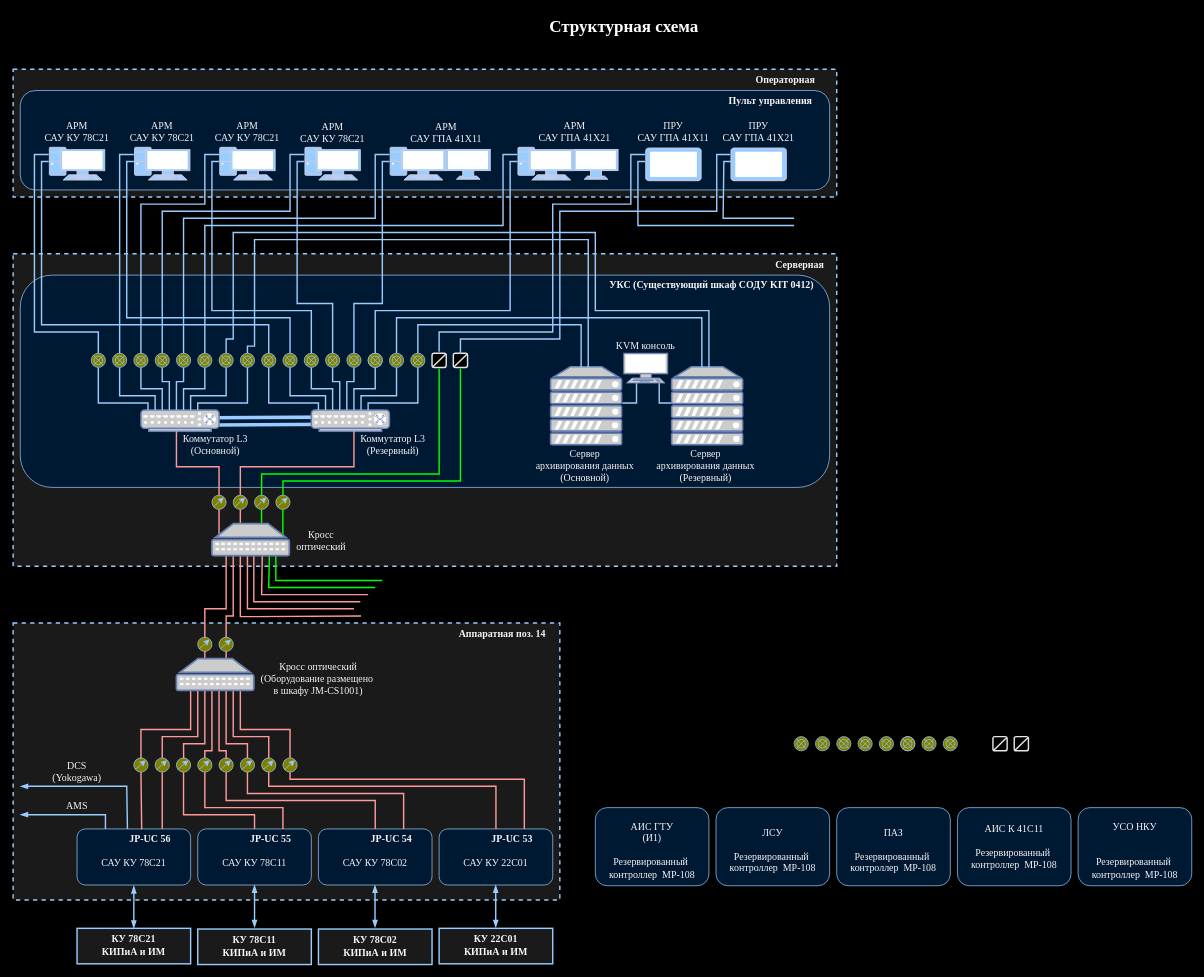
This is Диаграмма без названия.drawio from Tretyak0ff/schemes, a draw.io file, before an edit. Source tidied: cells renumbered, new cells numbered last; positions are measured from the earlier drawing's top-left corner, leaving out a move shared by most shapes. Both pictures are drawn from the tidied source at 71%, with x=0, y=0 at pixel (13, 12).
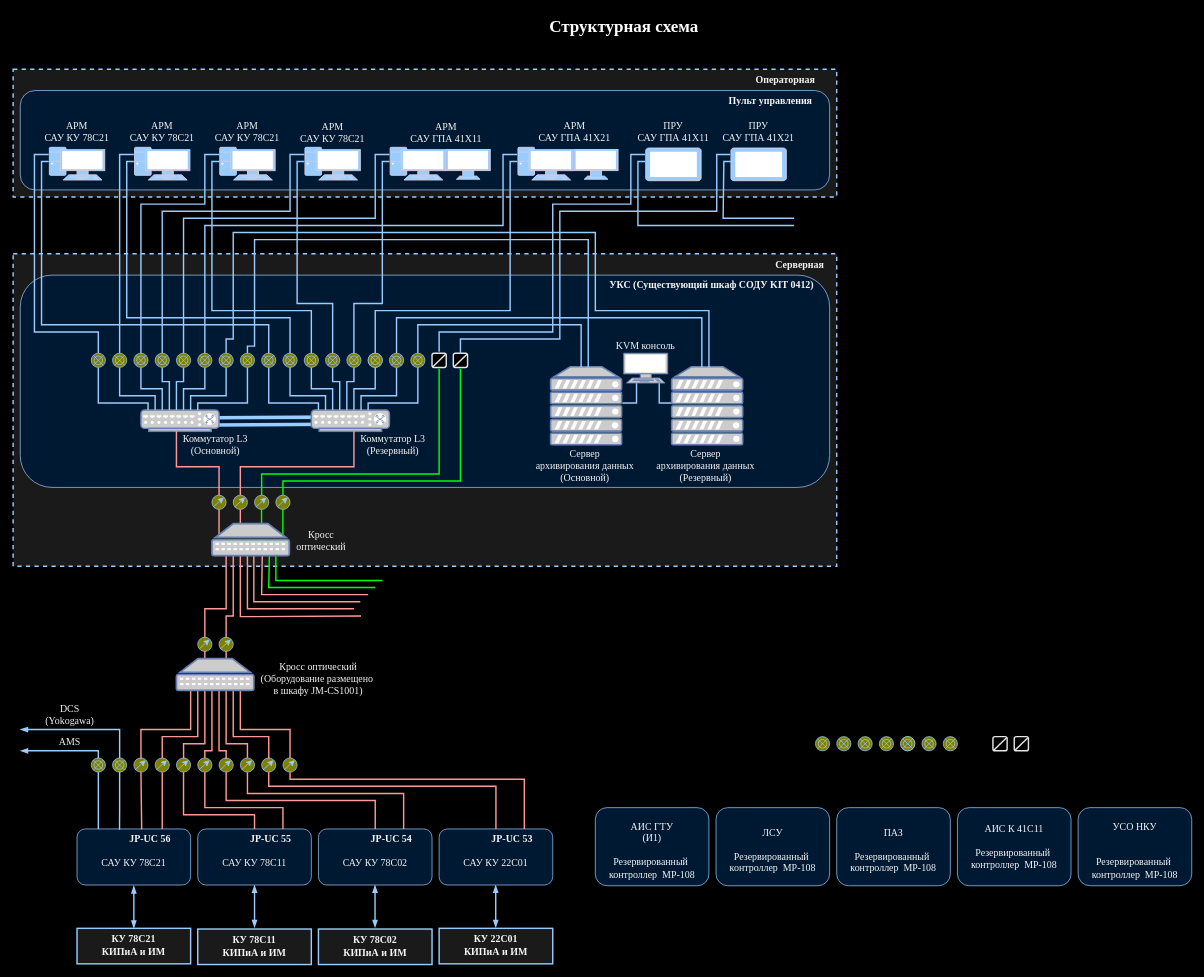
The same diagram, later.

The change refers to these unchanged cells:
```xml
<mxCell id="195" value="JP-UC 56&lt;span style=&quot;white-space: pre;&quot;&gt;&#9;&lt;/span&gt;" style="rounded=1;whiteSpace=wrap;html=1;fillColor=#001933;strokeColor=#99CCFF;align=right;verticalAlign=top;fontColor=#F5F5F5;labelBorderColor=none;strokeWidth=1;fontSize=14;fontFamily=Times New Roman;fontStyle=1;" parent="194" vertex="1">
  <mxGeometry width="160" height="79" as="geometry" />
</mxCell>
```

Change to the diagram source:
```diff
@@
-    <mxCell id="151" style="ellipse;shape=doubleEllipse;whiteSpace=wrap;html=1;strokeColor=#99CCFF;fontColor=#1A1A1A;fillColor=#808000;" parent="116" vertex="1">
-      <mxGeometry x="1100" y="1020" width="20" height="20" as="geometry" />
-    </mxCell>
-    <mxCell id="152" style="endArrow=none;html=1;rounded=0;strokeColor=#99CCFF;fontColor=#1A1A1A;entryX=1;entryY=0;entryDx=0;entryDy=0;exitX=0;exitY=1;exitDx=0;exitDy=0;" parent="116" edge="1" source="151" target="151">
-      <mxGeometry relative="1" as="geometry" />
-    </mxCell>
-    <mxCell id="153" style="endArrow=none;html=1;rounded=0;strokeColor=#99CCFF;fontColor=#1A1A1A;entryX=0;entryY=0;entryDx=0;entryDy=0;exitX=1;exitY=1;exitDx=0;exitDy=0;" parent="116" edge="1" source="151" target="151">
-      <mxGeometry relative="1" as="geometry" />
-    </mxCell>
@@
-    <mxCell id="182" parent="0" />
-    <mxCell id="183" value="&lt;font face=&quot;Times New Roman&quot; color=&quot;#f5f5f5&quot;&gt;Аппаратная поз. 14&lt;span style=&quot;white-space: pre;&quot;&gt;&#9;&lt;/span&gt;&lt;/font&gt;" style="rounded=0;whiteSpace=wrap;html=1;strokeColor=#99CCFF;fontColor=#99CCFF;fillColor=#1A1A1A;dashed=1;strokeWidth=2;verticalAlign=top;fontSize=14;fontStyle=1;align=right;" parent="182" vertex="1">
-      <mxGeometry y="860" width="770" height="390" as="geometry" />
-    </mxCell>
@@
-    <mxCell id="235" style="endArrow=blockThin;html=1;rounded=0;strokeColor=#99CCFF;fontColor=#1A1A1A;strokeWidth=2;exitX=0.569;exitY=0.008;exitDx=0;exitDy=0;exitPerimeter=0;endFill=1;" parent="193" edge="1">
+    <mxCell id="235" style="endArrow=blockThin;html=1;rounded=0;strokeColor=#99CCFF;fontColor=#1A1A1A;strokeWidth=2;endFill=1;exitX=0.374;exitY=0.016;exitDx=0;exitDy=0;exitPerimeter=0;" parent="193" edge="1" source="195">
       <mxGeometry relative="1" as="geometry">
-        <mxPoint x="161" y="1150" as="sourcePoint" />
-        <mxPoint x="10" y="1090" as="targetPoint" />
+        <mxPoint x="10" y="1010" as="targetPoint" />
         <Array as="points">
-          <mxPoint x="160" y="1090" />
+          <mxPoint x="150" y="1120" />
+          <mxPoint x="150" y="1010" />
         </Array>
       </mxGeometry>
     </mxCell>
-    <mxCell id="236" style="endArrow=blockThin;html=1;rounded=0;strokeColor=#99CCFF;fontColor=#1A1A1A;strokeWidth=2;exitX=0.25;exitY=0;exitDx=0;exitDy=0;endFill=1;" parent="193" edge="1" source="195">
+    <mxCell id="236" style="endArrow=blockThin;html=1;rounded=0;strokeColor=#99CCFF;fontColor=#1A1A1A;strokeWidth=2;endFill=1;" parent="193" edge="1">
       <mxGeometry relative="1" as="geometry">
-        <mxPoint x="10" y="1130" as="targetPoint" />
+        <mxPoint x="120" y="1150" as="sourcePoint" />
+        <mxPoint x="10" y="1040" as="targetPoint" />
         <Array as="points">
-          <mxPoint x="130" y="1130" />
+          <mxPoint x="120" y="1040" />
         </Array>
       </mxGeometry>
     </mxCell>
     <mxCell id="237" value="&lt;span style=&quot;text-wrap: nowrap;&quot;&gt;DCS&lt;/span&gt;&lt;div&gt;&lt;span style=&quot;text-wrap: nowrap;&quot;&gt;(Yokogawa)&lt;/span&gt;&lt;/div&gt;" style="text;whiteSpace=wrap;html=1;align=center;labelBackgroundColor=none;fontColor=#f5f5f5;verticalAlign=bottom;fontSize=14;fontFamily=Times New Roman;" parent="193" vertex="1">
-      <mxGeometry x="20" y="1050" width="140" height="40" as="geometry" />
+      <mxGeometry x="10" y="980" width="140" height="30" as="geometry" />
     </mxCell>
     <mxCell id="238" value="&lt;span style=&quot;text-wrap: nowrap;&quot;&gt;AMS&lt;/span&gt;" style="text;whiteSpace=wrap;html=1;align=center;labelBackgroundColor=none;fontColor=#f5f5f5;verticalAlign=bottom;fontSize=14;fontFamily=Times New Roman;" parent="193" vertex="1">
-      <mxGeometry x="20" y="1090" width="140" height="40" as="geometry" />
+      <mxGeometry x="10" y="1010" width="140" height="30" as="geometry" />
     </mxCell>
@@
+    <mxCell id="297" style="group;" parent="193" vertex="1">
+      <mxGeometry x="140" y="1050" width="20" height="20" as="geometry" />
+    </mxCell>
+    <mxCell id="298" style="ellipse;shape=doubleEllipse;whiteSpace=wrap;html=1;strokeColor=#99CCFF;fontColor=#1A1A1A;fillColor=#808000;" parent="297" vertex="1">
+      <mxGeometry width="20" height="20" as="geometry" />
+    </mxCell>
+    <mxCell id="299" style="endArrow=none;html=1;rounded=0;strokeColor=#99CCFF;fontColor=#1A1A1A;entryX=1;entryY=0;entryDx=0;entryDy=0;exitX=0;exitY=1;exitDx=0;exitDy=0;" parent="297" edge="1" source="298" target="298">
+      <mxGeometry relative="1" as="geometry" />
+    </mxCell>
+    <mxCell id="300" style="endArrow=none;html=1;rounded=0;strokeColor=#99CCFF;fontColor=#1A1A1A;entryX=0;entryY=0;entryDx=0;entryDy=0;exitX=1;exitY=1;exitDx=0;exitDy=0;" parent="297" edge="1" source="298" target="298">
+      <mxGeometry relative="1" as="geometry" />
+    </mxCell>
+    <mxCell id="301" style="group;" parent="193" vertex="1">
+      <mxGeometry x="110" y="1050" width="20" height="20" as="geometry" />
+    </mxCell>
+    <mxCell id="302" style="ellipse;shape=doubleEllipse;whiteSpace=wrap;html=1;strokeColor=#99CCFF;fontColor=#1A1A1A;fillColor=#808000;" parent="301" vertex="1">
+      <mxGeometry width="20" height="20" as="geometry" />
+    </mxCell>
+    <mxCell id="303" style="endArrow=none;html=1;rounded=0;strokeColor=#99CCFF;fontColor=#1A1A1A;entryX=1;entryY=0;entryDx=0;entryDy=0;exitX=0;exitY=1;exitDx=0;exitDy=0;" parent="301" edge="1" source="302" target="302">
+      <mxGeometry relative="1" as="geometry" />
+    </mxCell>
+    <mxCell id="304" style="endArrow=none;html=1;rounded=0;strokeColor=#99CCFF;fontColor=#1A1A1A;entryX=0;entryY=0;entryDx=0;entryDy=0;exitX=1;exitY=1;exitDx=0;exitDy=0;" parent="301" edge="1" source="302" target="302">
+      <mxGeometry relative="1" as="geometry" />
+    </mxCell>
```
